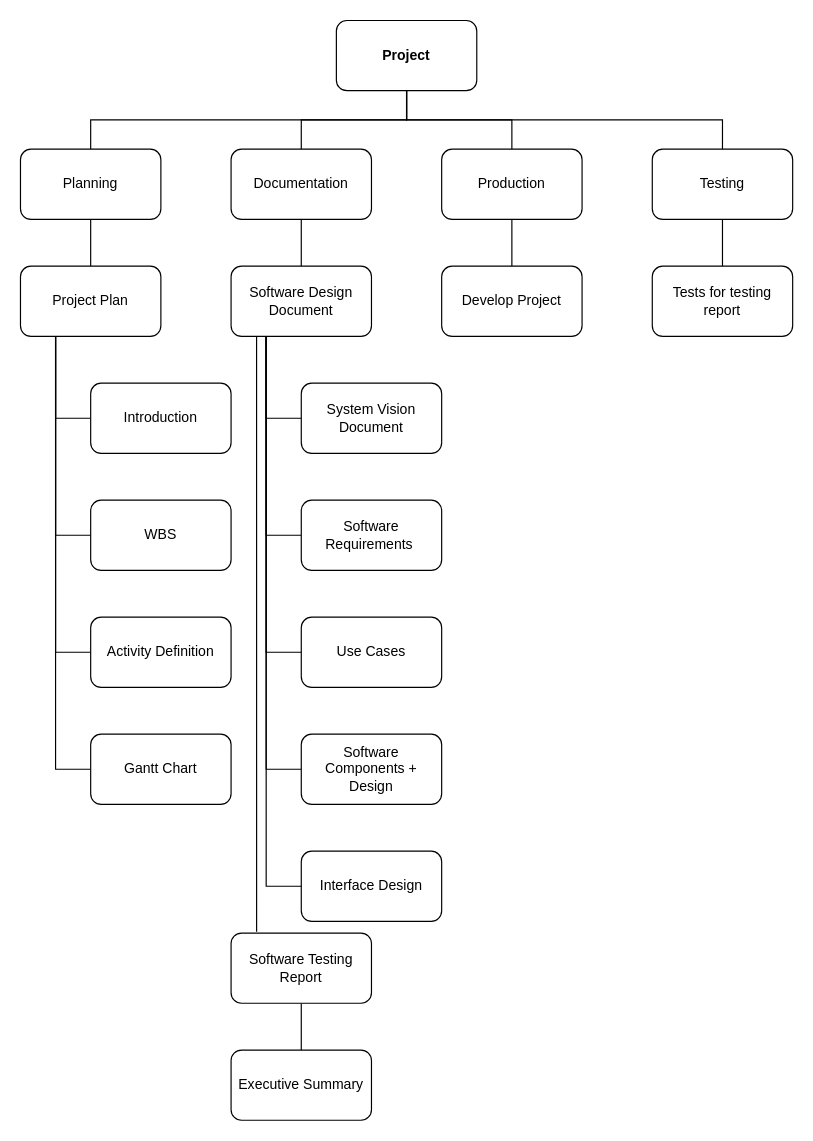
Harris-Huntington/2810ICT-2022-Assignment keeps this draw.io diagram as WBS.drawio. Above is the earlier version. Source tidied: cells renumbered, new cells numbered last; positions are measured from the earlier drawing's top-left corner, leaving out a move shared by most shapes. Both pictures are drawn from the tidied source at 117%, with x=0, y=0 at pixel (20, 20).
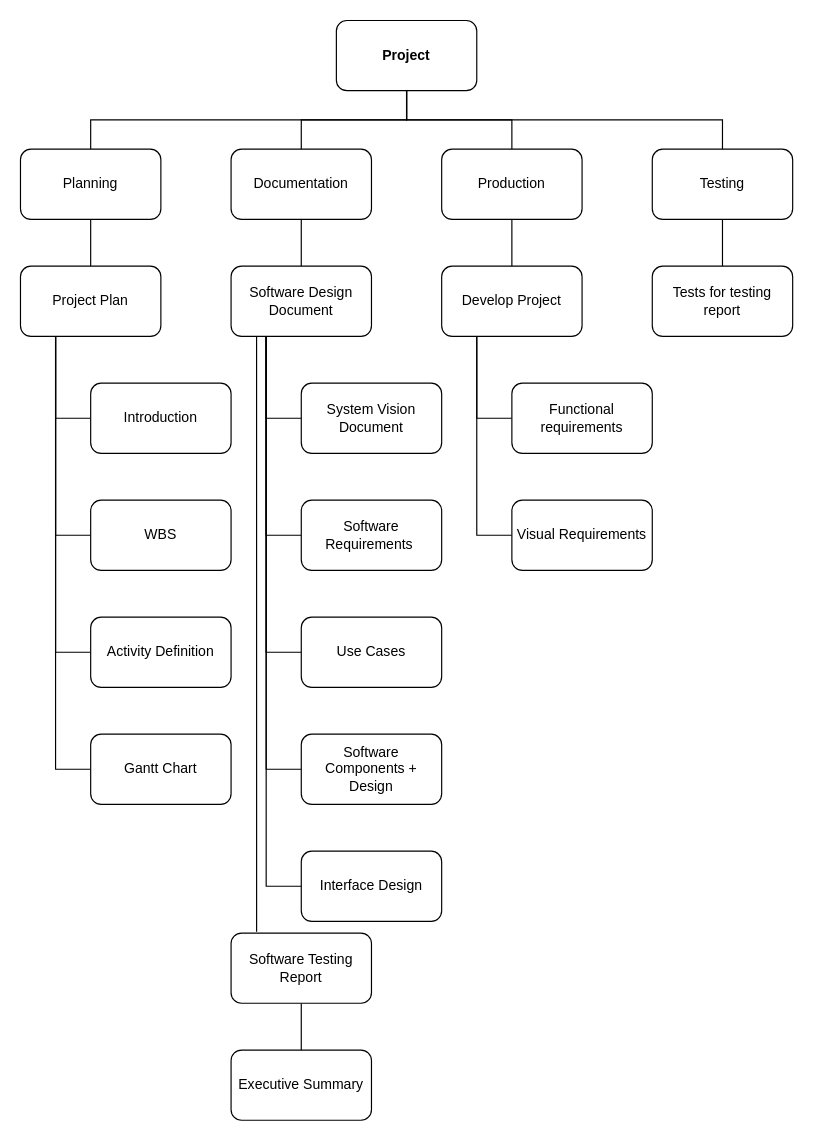
The same diagram, later.

Commit message (it also covers changes not shown here):
wbs added to project plan

The change refers to these unchanged cells:
```xml
<mxCell id="40" value="Develop Project" style="rounded=1;whiteSpace=wrap;html=1;" parent="1" vertex="1">
  <mxGeometry x="360" y="210" width="120" height="60" as="geometry" />
</mxCell>
```

The edit, as a diff of the source:
```diff
@@
+    <mxCell id="41" style="edgeStyle=orthogonalEdgeStyle;rounded=0;jettySize=auto;html=1;exitX=0.25;exitY=1;exitDx=0;exitDy=0;entryX=0;entryY=0.5;entryDx=0;entryDy=0;endArrow=none;endFill=0;" parent="1" edge="1" source="40" target="43">
+      <mxGeometry relative="1" as="geometry" />
+    </mxCell>
+    <mxCell id="42" style="edgeStyle=orthogonalEdgeStyle;rounded=0;jettySize=auto;html=1;exitX=0.25;exitY=1;exitDx=0;exitDy=0;entryX=0;entryY=0.5;entryDx=0;entryDy=0;endArrow=none;endFill=0;" parent="1" edge="1" source="40" target="44">
+      <mxGeometry relative="1" as="geometry" />
+    </mxCell>
@@
+    <mxCell id="43" value="Functional requirements" style="rounded=1;whiteSpace=wrap;html=1;" parent="1" vertex="1">
+      <mxGeometry x="420" y="310" width="120" height="60" as="geometry" />
+    </mxCell>
+    <mxCell id="44" value="Visual Requirements" style="rounded=1;whiteSpace=wrap;html=1;" parent="1" vertex="1">
+      <mxGeometry x="420" y="410" width="120" height="60" as="geometry" />
+    </mxCell>
```
